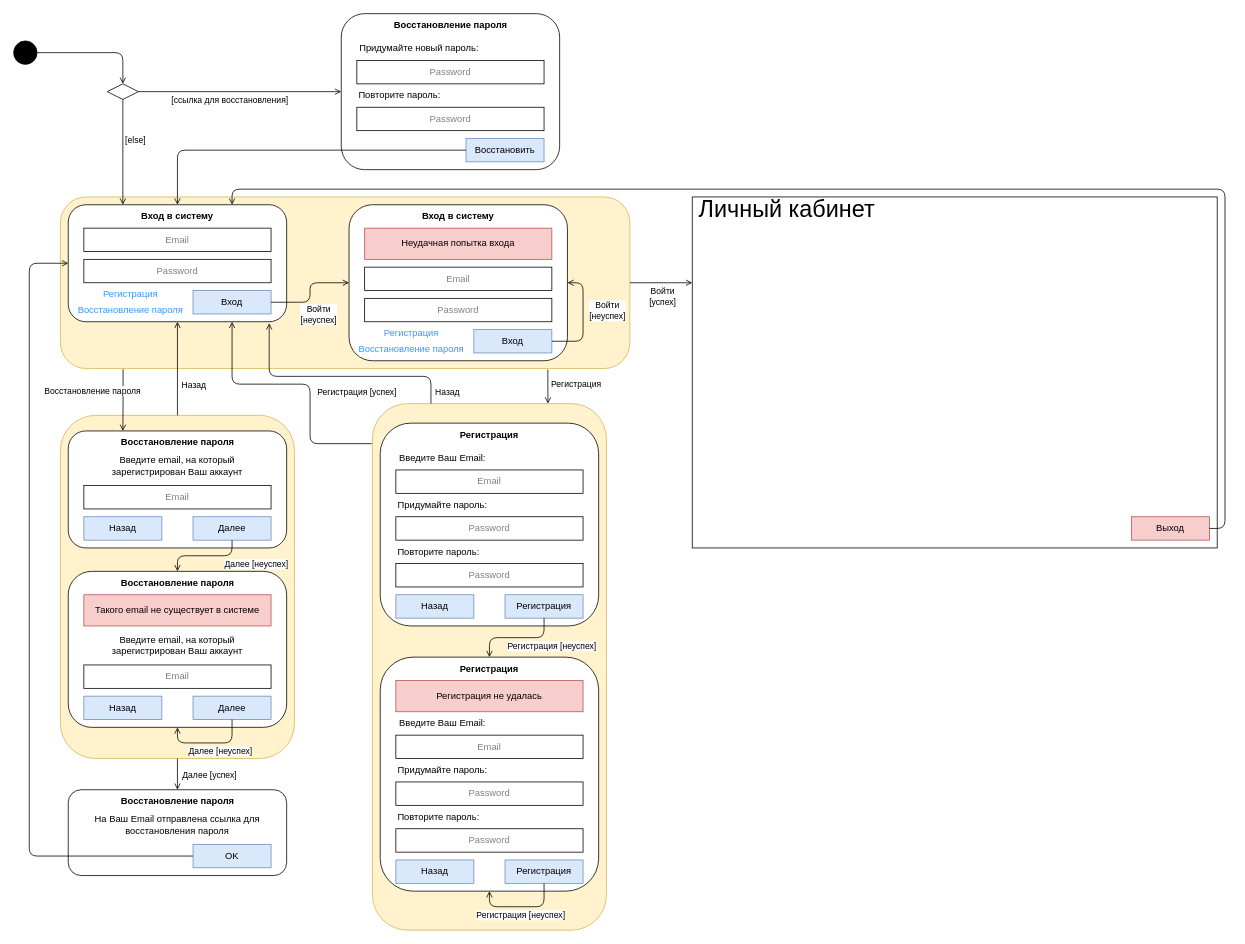
Earlier version of the draw.io diagram raw/gui.drawio (aVorotnikov/micro_design). Source tidied: cells renumbered, new cells numbered last; positions are measured from the earlier drawing's top-left corner, leaving out a move shared by most shapes. Both pictures are drawn from the tidied source at 78%, with x=0, y=0 at pixel (13, 13).
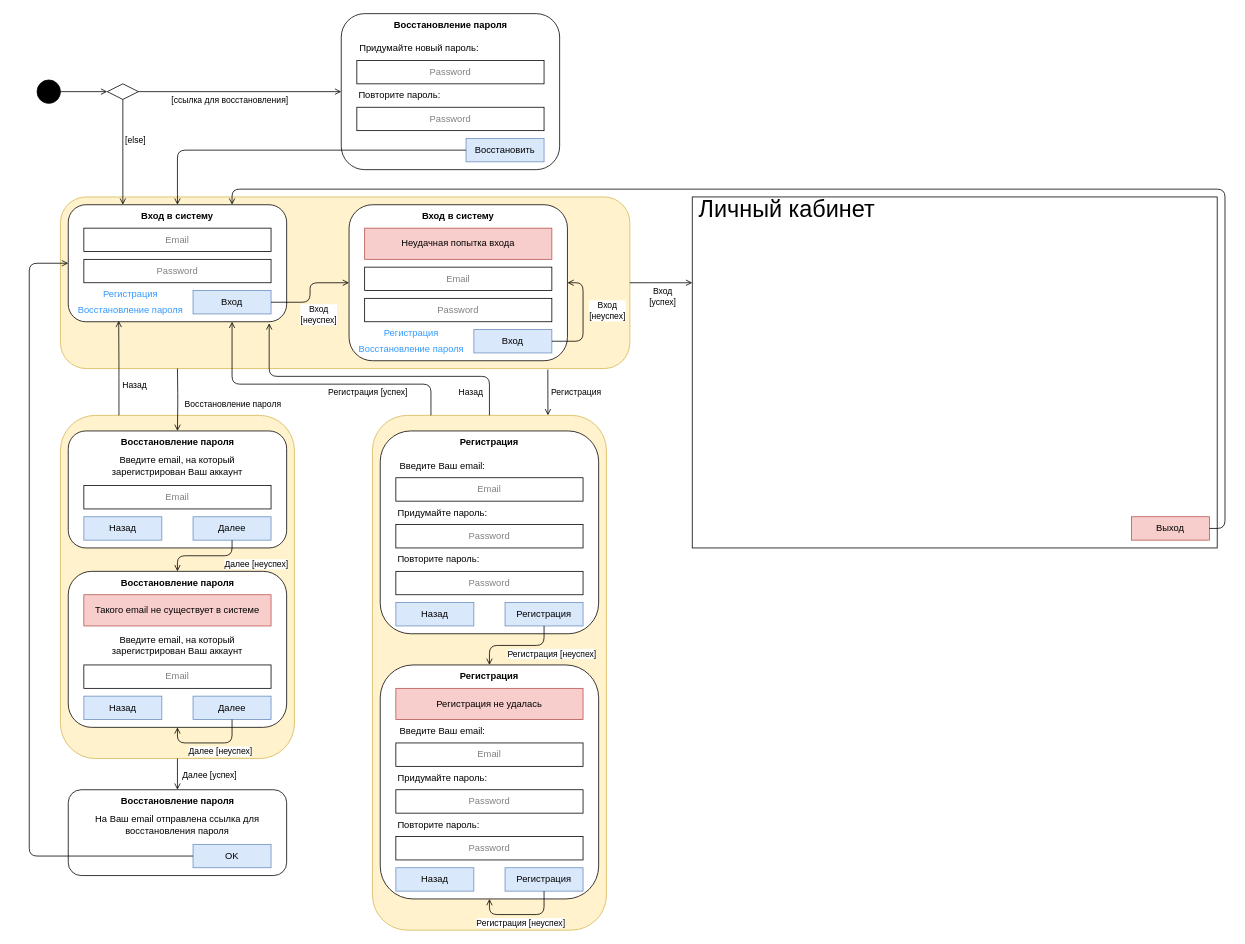
The same page after the edit.

Commit message (it also covers changes not shown here):
Мелкие правки

The change refers to these unchanged cells:
```xml
<mxCell id="3" style="rounded=1;whiteSpace=wrap;html=1;fillColor=#fff2cc;strokeColor=#d6b656;" parent="1" vertex="1">
  <mxGeometry x="60" y="515" width="300" height="440" as="geometry" />
</mxCell>
<mxCell id="4" style="rounded=1;whiteSpace=wrap;html=1;fillColor=#fff2cc;strokeColor=#d6b656;" parent="1" vertex="1">
  <mxGeometry x="60" y="235" width="730" height="220" as="geometry" />
</mxCell>
<mxCell id="5" style="rounded=1;whiteSpace=wrap;html=1;" parent="1" vertex="1">
  <mxGeometry x="70" y="245" width="280" height="150" as="geometry" />
</mxCell>
<mxCell id="20" style="rounded=1;whiteSpace=wrap;html=1;" parent="1" vertex="1">
  <mxGeometry x="70" y="535" width="280" height="150" as="geometry" />
</mxCell>
<mxCell id="21" value="&lt;b&gt;Восстановление пароля&lt;/b&gt;" style="text;html=1;strokeColor=none;fillColor=none;align=center;verticalAlign=middle;whiteSpace=wrap;rounded=0;" parent="1" vertex="1">
  <mxGeometry x="122.5" y="535" width="175" height="30" as="geometry" />
</mxCell>
<mxCell id="61" style="edgeStyle=orthogonalEdgeStyle;rounded=1;jettySize=auto;html=1;entryX=0;entryY=0.5;entryDx=0;entryDy=0;endArrow=open;endFill=0;exitX=1;exitY=0.5;exitDx=0;exitDy=0;curved=0;" parent="1" edge="1" source="9" target="12">
  <mxGeometry relative="1" as="geometry" />
</mxCell>
<mxCell id="63" style="edgeStyle=orthogonalEdgeStyle;rounded=1;jettySize=auto;html=1;entryX=1;entryY=0.5;entryDx=0;entryDy=0;endArrow=open;endFill=0;exitX=1;exitY=0.5;exitDx=0;exitDy=0;curved=0;" parent="1" edge="1" source="16" target="12">
  <mxGeometry relative="1" as="geometry">
    <Array as="points">
      <mxPoint x="730" y="420" />
      <mxPoint x="730" y="345" />
    </Array>
  </mxGeometry>
</mxCell>
<mxCell id="65" style="edgeStyle=orthogonalEdgeStyle;rounded=1;jettySize=auto;html=1;endArrow=open;endFill=0;exitX=1;exitY=0.5;exitDx=0;exitDy=0;curved=0;" parent="1" edge="1" source="4">
  <mxGeometry relative="1" as="geometry">
    <mxPoint x="870" y="345" as="targetPoint" />
  </mxGeometry>
</mxCell>
<mxCell id="91" style="rhombus;whiteSpace=wrap;html=1;" parent="1" vertex="1">
  <mxGeometry x="120" y="90" width="40" height="20" as="geometry" />
</mxCell>
```

Change to the diagram source:
```diff
@@
     <mxCell id="2" style="rounded=1;whiteSpace=wrap;html=1;fillColor=#fff2cc;strokeColor=#d6b656;" parent="1" vertex="1">
-      <mxGeometry x="460" y="500" width="300" height="675" as="geometry" />
+      <mxGeometry x="460" y="515" width="300" height="660" as="geometry" />
     </mxCell>
@@
-    <mxCell id="35" value="На Ваш Email отправлена ссылка для восстановления пароля" style="text;html=1;strokeColor=none;fillColor=none;align=center;verticalAlign=middle;whiteSpace=wrap;rounded=0;" parent="1" vertex="1">
+    <mxCell id="35" value="На Ваш email отправлена ссылка для восстановления пароля" style="text;html=1;strokeColor=none;fillColor=none;align=center;verticalAlign=middle;whiteSpace=wrap;rounded=0;" parent="1" vertex="1">
       <mxGeometry x="90" y="1025" width="240" height="30" as="geometry" />
     </mxCell>
@@
     <mxCell id="37" style="rounded=1;whiteSpace=wrap;html=1;" parent="1" vertex="1">
-      <mxGeometry x="470" y="525" width="280" height="260" as="geometry" />
+      <mxGeometry x="470" y="535" width="280" height="260" as="geometry" />
     </mxCell>
     <mxCell id="38" value="&lt;b&gt;Регистрация&lt;/b&gt;" style="text;html=1;strokeColor=none;fillColor=none;align=center;verticalAlign=middle;whiteSpace=wrap;rounded=0;" parent="1" vertex="1">
-      <mxGeometry x="555" y="525" width="110" height="30" as="geometry" />
+      <mxGeometry x="555" y="535" width="110" height="30" as="geometry" />
     </mxCell>
     <mxCell id="39" value="Email" style="rounded=0;whiteSpace=wrap;html=1;fontColor=#808080;" parent="1" vertex="1">
-      <mxGeometry x="490" y="585" width="240" height="30" as="geometry" />
+      <mxGeometry x="490" y="595" width="240" height="30" as="geometry" />
     </mxCell>
     <mxCell id="40" value="Password" style="rounded=0;whiteSpace=wrap;html=1;fontColor=#808080;" parent="1" vertex="1">
-      <mxGeometry x="490" y="645" width="240" height="30" as="geometry" />
+      <mxGeometry x="490" y="655" width="240" height="30" as="geometry" />
     </mxCell>
     <mxCell id="41" value="Регистрация" style="rounded=0;whiteSpace=wrap;html=1;fillColor=#dae8fc;strokeColor=#6c8ebf;" parent="1" vertex="1">
-      <mxGeometry x="630" y="745" width="100" height="30" as="geometry" />
+      <mxGeometry x="630" y="755" width="100" height="30" as="geometry" />
     </mxCell>
-    <mxCell id="42" value="Введите Ваш Email:" style="text;html=1;strokeColor=none;fillColor=none;align=center;verticalAlign=middle;whiteSpace=wrap;rounded=0;" parent="1" vertex="1">
-      <mxGeometry x="490" y="555" width="120" height="30" as="geometry" />
+    <mxCell id="42" value="Введите Ваш email:" style="text;html=1;strokeColor=none;fillColor=none;align=center;verticalAlign=middle;whiteSpace=wrap;rounded=0;" parent="1" vertex="1">
+      <mxGeometry x="490" y="565" width="120" height="30" as="geometry" />
     </mxCell>
     <mxCell id="43" value="Придумайте пароль:" style="text;html=1;strokeColor=none;fillColor=none;align=center;verticalAlign=middle;whiteSpace=wrap;rounded=0;" parent="1" vertex="1">
-      <mxGeometry x="490" y="615" width="120" height="30" as="geometry" />
+      <mxGeometry x="490" y="625" width="120" height="30" as="geometry" />
     </mxCell>
     <mxCell id="44" value="Повторите пароль:" style="text;html=1;strokeColor=none;fillColor=none;align=center;verticalAlign=middle;whiteSpace=wrap;rounded=0;" parent="1" vertex="1">
-      <mxGeometry x="490" y="675" width="110" height="30" as="geometry" />
+      <mxGeometry x="490" y="685" width="110" height="30" as="geometry" />
     </mxCell>
     <mxCell id="45" value="Password" style="rounded=0;whiteSpace=wrap;html=1;fontColor=#808080;" parent="1" vertex="1">
-      <mxGeometry x="490" y="705" width="240" height="30" as="geometry" />
+      <mxGeometry x="490" y="715" width="240" height="30" as="geometry" />
     </mxCell>
     <mxCell id="46" style="rounded=1;whiteSpace=wrap;html=1;" parent="1" vertex="1">
-      <mxGeometry x="470" y="825" width="280" height="300" as="geometry" />
+      <mxGeometry x="470" y="835" width="280" height="300" as="geometry" />
     </mxCell>
     <mxCell id="47" value="&lt;b&gt;Регистрация&lt;/b&gt;" style="text;html=1;strokeColor=none;fillColor=none;align=center;verticalAlign=middle;whiteSpace=wrap;rounded=0;" parent="1" vertex="1">
-      <mxGeometry x="555" y="825" width="110" height="30" as="geometry" />
+      <mxGeometry x="555" y="835" width="110" height="30" as="geometry" />
     </mxCell>
     <mxCell id="48" value="Email" style="rounded=0;whiteSpace=wrap;html=1;fontColor=#808080;" parent="1" vertex="1">
-      <mxGeometry x="490" y="925" width="240" height="30" as="geometry" />
+      <mxGeometry x="490" y="935" width="240" height="30" as="geometry" />
     </mxCell>
     <mxCell id="49" value="Password" style="rounded=0;whiteSpace=wrap;html=1;fontColor=#808080;" parent="1" vertex="1">
-      <mxGeometry x="490" y="985" width="240" height="30" as="geometry" />
+      <mxGeometry x="490" y="995" width="240" height="30" as="geometry" />
     </mxCell>
     <mxCell id="50" value="Регистрация" style="rounded=0;whiteSpace=wrap;html=1;fillColor=#dae8fc;strokeColor=#6c8ebf;" parent="1" vertex="1">
-      <mxGeometry x="630" y="1085" width="100" height="30" as="geometry" />
+      <mxGeometry x="630" y="1095" width="100" height="30" as="geometry" />
     </mxCell>
-    <mxCell id="51" value="Введите Ваш Email:" style="text;html=1;strokeColor=none;fillColor=none;align=center;verticalAlign=middle;whiteSpace=wrap;rounded=0;" parent="1" vertex="1">
-      <mxGeometry x="490" y="895" width="120" height="30" as="geometry" />
+    <mxCell id="51" value="Введите Ваш email:" style="text;html=1;strokeColor=none;fillColor=none;align=center;verticalAlign=middle;whiteSpace=wrap;rounded=0;" parent="1" vertex="1">
+      <mxGeometry x="490" y="905" width="120" height="30" as="geometry" />
     </mxCell>
     <mxCell id="52" value="Придумайте пароль:" style="text;html=1;strokeColor=none;fillColor=none;align=center;verticalAlign=middle;whiteSpace=wrap;rounded=0;" parent="1" vertex="1">
-      <mxGeometry x="490" y="955" width="120" height="30" as="geometry" />
+      <mxGeometry x="490" y="965" width="120" height="30" as="geometry" />
     </mxCell>
     <mxCell id="53" value="Повторите пароль:" style="text;html=1;strokeColor=none;fillColor=none;align=center;verticalAlign=middle;whiteSpace=wrap;rounded=0;" parent="1" vertex="1">
-      <mxGeometry x="490" y="1015" width="110" height="30" as="geometry" />
+      <mxGeometry x="490" y="1025" width="110" height="30" as="geometry" />
     </mxCell>
     <mxCell id="54" value="Password" style="rounded=0;whiteSpace=wrap;html=1;fontColor=#808080;" parent="1" vertex="1">
-      <mxGeometry x="490" y="1045" width="240" height="30" as="geometry" />
+      <mxGeometry x="490" y="1055" width="240" height="30" as="geometry" />
     </mxCell>
     <mxCell id="55" value="Регистрация не удалась" style="rounded=0;whiteSpace=wrap;html=1;fillColor=#f8cecc;strokeColor=#b85450;" parent="1" vertex="1">
-      <mxGeometry x="490" y="855" width="240" height="40" as="geometry" />
+      <mxGeometry x="490" y="865" width="240" height="40" as="geometry" />
     </mxCell>
@@
-    <mxCell id="59" style="edgeStyle=orthogonalEdgeStyle;rounded=1;jettySize=auto;html=1;endArrow=open;endFill=0;curved=0;entryX=0.5;entryY=0;entryDx=0;entryDy=0;" parent="1" edge="1" source="60" target="91">
+    <mxCell id="59" style="edgeStyle=orthogonalEdgeStyle;rounded=1;jettySize=auto;html=1;endArrow=open;endFill=0;curved=0;entryX=0;entryY=0.5;entryDx=0;entryDy=0;" parent="1" edge="1" source="60" target="91">
       <mxGeometry relative="1" as="geometry" />
     </mxCell>
     <mxCell id="60" style="ellipse;fillColor=strokeColor;html=1;" parent="1" vertex="1">
-      <mxGeometry y="35" width="30" height="30" as="geometry" />
+      <mxGeometry x="30" y="85" width="30" height="30" as="geometry" />
     </mxCell>
@@
-    <mxCell id="62" value="Войти&lt;br&gt;[неуспех]" style="edgeLabel;html=1;align=center;verticalAlign=middle;" parent="61" vertex="1">
+    <mxCell id="62" value="Вход&lt;br&gt;[неуспех]" style="edgeLabel;html=1;align=center;verticalAlign=middle;" parent="61" vertex="1">
       <mxGeometry x="0.33" y="1" relative="1" as="geometry">
         <mxPoint x="2" y="41" as="offset" />
       </mxGeometry>
     </mxCell>
@@
-    <mxCell id="64" value="Войти&lt;br&gt;[неуспех]" style="edgeLabel;html=1;align=center;verticalAlign=middle;" parent="63" vertex="1">
+    <mxCell id="64" value="Вход&lt;br&gt;[неуспех]" style="edgeLabel;html=1;align=center;verticalAlign=middle;" parent="63" vertex="1">
       <mxGeometry x="0.33" y="1" relative="1" as="geometry">
         <mxPoint x="31" y="10" as="offset" />
       </mxGeometry>
     </mxCell>
@@
-    <mxCell id="66" value="Войти&lt;br&gt;[успех]" style="edgeLabel;html=1;align=center;verticalAlign=middle;" parent="65" vertex="1">
+    <mxCell id="66" value="Вход&lt;br&gt;[успех]" style="edgeLabel;html=1;align=center;verticalAlign=middle;" parent="65" vertex="1">
       <mxGeometry x="0.33" y="1" relative="1" as="geometry">
         <mxPoint x="-12" y="18" as="offset" />
       </mxGeometry>
     </mxCell>
-    <mxCell id="67" style="edgeStyle=orthogonalEdgeStyle;rounded=1;jettySize=auto;html=1;entryX=0.5;entryY=1;entryDx=0;entryDy=0;endArrow=open;endFill=0;exitX=0.5;exitY=0;exitDx=0;exitDy=0;curved=0;" parent="1" edge="1" source="3" target="5">
+    <mxCell id="67" style="edgeStyle=orthogonalEdgeStyle;rounded=1;jettySize=auto;html=1;entryX=0.231;entryY=0.992;entryDx=0;entryDy=0;endArrow=open;endFill=0;exitX=0.25;exitY=0;exitDx=0;exitDy=0;curved=0;entryPerimeter=0;" parent="1" edge="1" source="3" target="5">
       <mxGeometry relative="1" as="geometry" />
     </mxCell>
@@
-    <mxCell id="76" style="edgeStyle=orthogonalEdgeStyle;rounded=1;jettySize=auto;html=1;entryX=0.25;entryY=0;entryDx=0;entryDy=0;endArrow=open;endFill=0;exitX=0.11;exitY=1.004;exitDx=0;exitDy=0;curved=0;exitPerimeter=0;" parent="1" edge="1" source="4" target="20">
-      <mxGeometry relative="1" as="geometry" />
+    <mxCell id="76" style="edgeStyle=orthogonalEdgeStyle;rounded=1;jettySize=auto;html=1;entryX=0.5;entryY=0;entryDx=0;entryDy=0;endArrow=open;endFill=0;curved=0;" parent="1" edge="1" target="21">
+      <mxGeometry relative="1" as="geometry">
+        <mxPoint x="210" y="455" as="sourcePoint" />
+      </mxGeometry>
     </mxCell>
     <mxCell id="77" value="Восстановление пароля" style="edgeLabel;html=1;align=center;verticalAlign=middle;" parent="76" vertex="1">
       <mxGeometry x="-0.17" y="-1" relative="1" as="geometry">
-        <mxPoint x="-39" y="-5" as="offset" />
+        <mxPoint x="71" y="12" as="offset" />
       </mxGeometry>
     </mxCell>
@@
     <mxCell id="80" value="Назад" style="rounded=0;whiteSpace=wrap;html=1;fillColor=#dae8fc;strokeColor=#6c8ebf;" parent="1" vertex="1">
-      <mxGeometry x="490" y="1085" width="100" height="30" as="geometry" />
+      <mxGeometry x="490" y="1095" width="100" height="30" as="geometry" />
     </mxCell>
     <mxCell id="81" value="Назад" style="rounded=0;whiteSpace=wrap;html=1;fillColor=#dae8fc;strokeColor=#6c8ebf;" parent="1" vertex="1">
-      <mxGeometry x="490" y="745" width="100" height="30" as="geometry" />
+      <mxGeometry x="490" y="755" width="100" height="30" as="geometry" />
     </mxCell>
     <mxCell id="82" style="edgeStyle=orthogonalEdgeStyle;rounded=1;jettySize=auto;html=1;entryX=0.5;entryY=1;entryDx=0;entryDy=0;endArrow=open;endFill=0;exitX=0.5;exitY=1;exitDx=0;exitDy=0;curved=0;" parent="1" edge="1" source="50" target="46">
       <mxGeometry relative="1" as="geometry">
         <Array as="points">
-          <mxPoint x="680" y="1145" />
-          <mxPoint x="610" y="1145" />
+          <mxPoint x="680" y="1155" />
+          <mxPoint x="610" y="1155" />
         </Array>
       </mxGeometry>
     </mxCell>
@@
-    <mxCell id="86" style="edgeStyle=orthogonalEdgeStyle;rounded=1;jettySize=auto;html=1;entryX=0.92;entryY=1.013;entryDx=0;entryDy=0;endArrow=open;endFill=0;exitX=0.25;exitY=0;exitDx=0;exitDy=0;curved=0;entryPerimeter=0;" parent="1" edge="1" source="2" target="5">
+    <mxCell id="86" style="edgeStyle=orthogonalEdgeStyle;rounded=1;jettySize=auto;html=1;entryX=0.92;entryY=1.013;entryDx=0;entryDy=0;endArrow=open;endFill=0;exitX=0.5;exitY=0;exitDx=0;exitDy=0;curved=0;entryPerimeter=0;" parent="1" edge="1" source="2" target="5">
       <mxGeometry relative="1" as="geometry">
         <Array as="points">
-          <mxPoint x="535" y="465" />
+          <mxPoint x="610" y="465" />
           <mxPoint x="328" y="465" />
         </Array>
       </mxGeometry>
     </mxCell>
@@
-    <mxCell id="88" style="edgeStyle=orthogonalEdgeStyle;rounded=1;jettySize=auto;html=1;entryX=0.75;entryY=1;entryDx=0;entryDy=0;endArrow=open;endFill=0;exitX=-0.003;exitY=0.076;exitDx=0;exitDy=0;curved=0;exitPerimeter=0;" parent="1" edge="1" source="2" target="5">
+    <mxCell id="88" style="edgeStyle=orthogonalEdgeStyle;rounded=1;jettySize=auto;html=1;entryX=0.75;entryY=1;entryDx=0;entryDy=0;endArrow=open;endFill=0;exitX=0.25;exitY=0;exitDx=0;exitDy=0;curved=0;" parent="1" edge="1" source="2" target="5">
       <mxGeometry relative="1" as="geometry">
         <Array as="points">
-          <mxPoint x="380" y="551" />
-          <mxPoint x="380" y="475" />
+          <mxPoint x="535" y="475" />
           <mxPoint x="280" y="475" />
         </Array>
       </mxGeometry>
     </mxCell>
```
